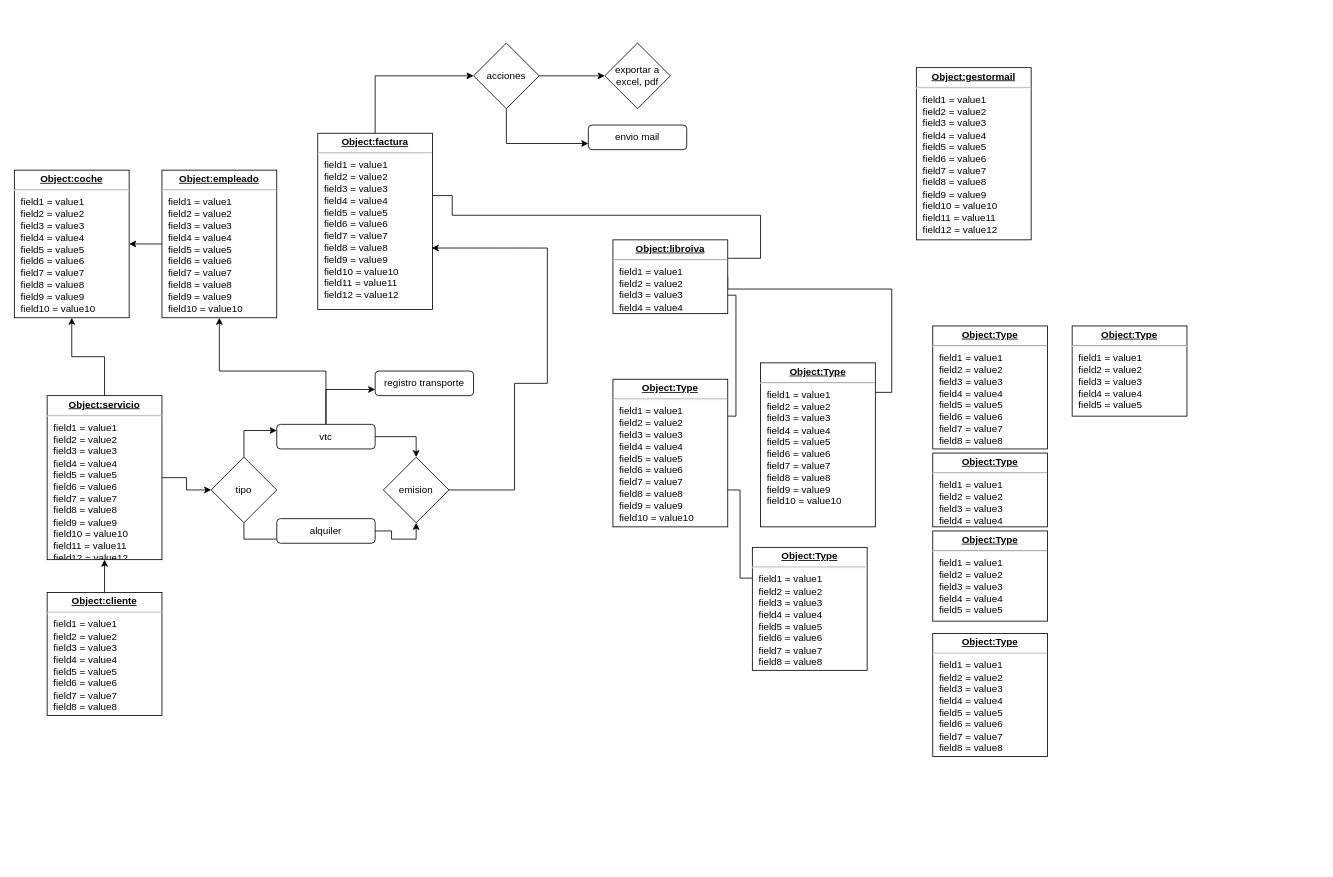
davidsolanes2/rentcar keeps this draw.io diagram as database/rentcar_uml.html(5)(1).drawio. Above is the earlier version. Source tidied: cells renumbered, new cells numbered last; positions are measured from the earlier drawing's top-left corner, leaving out a move shared by most shapes. Both pictures are drawn from the tidied source at 82%, with x=0, y=0 at pixel (14, 43).
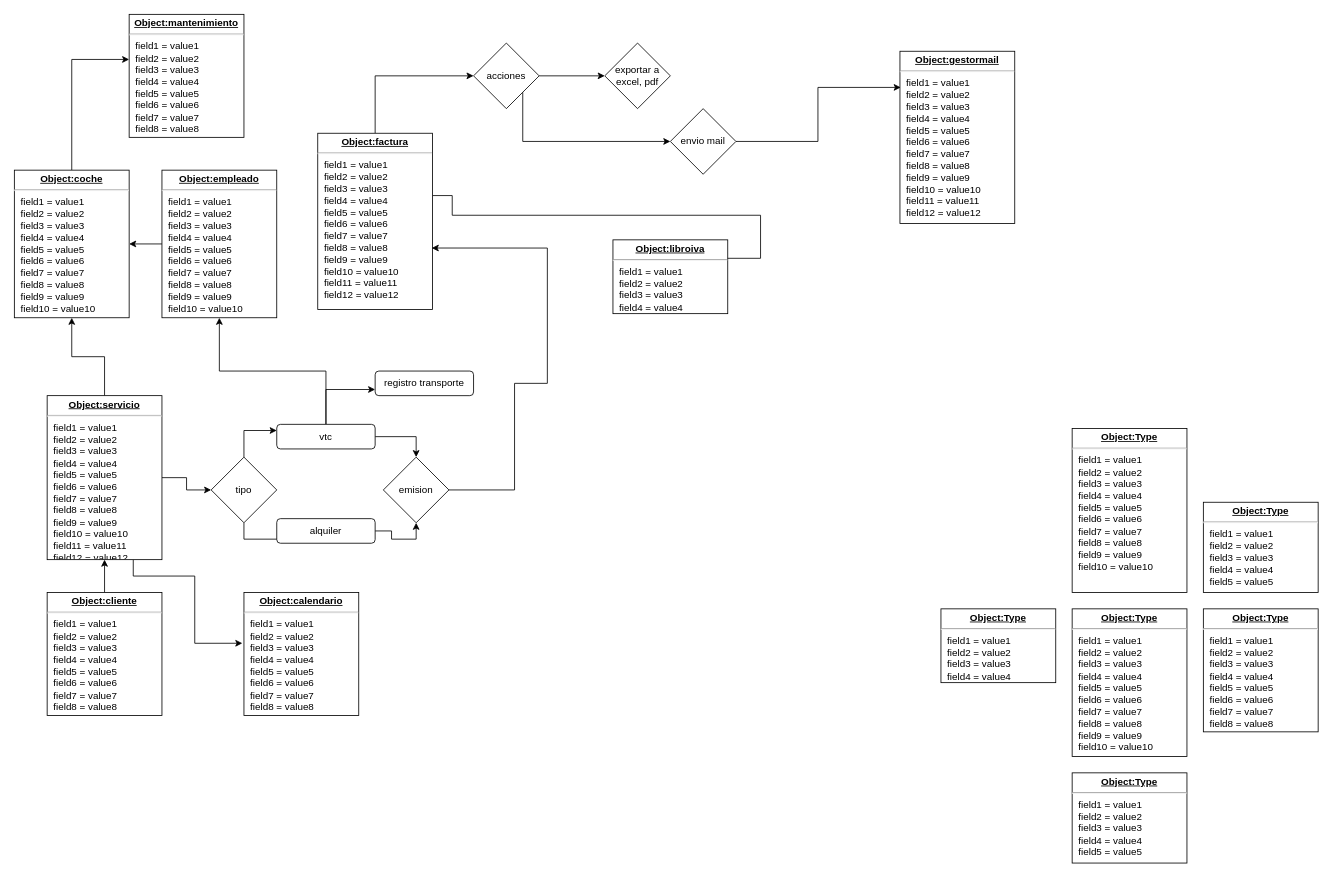
After the change.

The change refers to these unchanged cells:
```xml
<mxCell id="2" value="&lt;p style=&quot;margin: 0px ; margin-top: 4px ; text-align: center ; text-decoration: underline&quot;&gt;&lt;b&gt;Object:coche&lt;/b&gt;&lt;/p&gt;&lt;hr&gt;&lt;p style=&quot;margin: 0px ; margin-left: 8px&quot;&gt;field1 = value1&lt;br&gt;field2 = value2&lt;br&gt;field3 = value3&lt;/p&gt;&lt;p style=&quot;margin: 0px ; margin-left: 8px&quot;&gt;field4 = value4&lt;br&gt;&lt;/p&gt;&lt;p style=&quot;margin: 0px ; margin-left: 8px&quot;&gt;field5 = value5&lt;br&gt;&lt;/p&gt;&lt;p style=&quot;margin: 0px ; margin-left: 8px&quot;&gt;field6 = value6&lt;br&gt;&lt;/p&gt;&lt;p style=&quot;margin: 0px ; margin-left: 8px&quot;&gt;field7 = value7&lt;br&gt;&lt;/p&gt;&lt;p style=&quot;margin: 0px ; margin-left: 8px&quot;&gt;field8 = value8&lt;br&gt;&lt;/p&gt;&lt;p style=&quot;margin: 0px ; margin-left: 8px&quot;&gt;field9 = value9&lt;br&gt;&lt;/p&gt;&lt;p style=&quot;margin: 0px ; margin-left: 8px&quot;&gt;field10 = value10&lt;/p&gt;" style="verticalAlign=top;align=left;overflow=fill;fontSize=12;fontFamily=Helvetica;html=1;rounded=0;shadow=0;comic=0;labelBackgroundColor=none;strokeWidth=1;" parent="1" vertex="1">
  <mxGeometry y="155" width="140" height="180" as="geometry" />
</mxCell>
<mxCell id="9" value="&lt;p style=&quot;margin: 0px ; margin-top: 4px ; text-align: center ; text-decoration: underline&quot;&gt;&lt;b&gt;Object:servicio&lt;/b&gt;&lt;/p&gt;&lt;hr&gt;&lt;p style=&quot;margin: 0px ; margin-left: 8px&quot;&gt;field1 = value1&lt;br&gt;field2 = value2&lt;br&gt;field3 = value3&lt;/p&gt;&lt;p style=&quot;margin: 0px ; margin-left: 8px&quot;&gt;field4 = value4&lt;br&gt;&lt;/p&gt;&lt;p style=&quot;margin: 0px ; margin-left: 8px&quot;&gt;field5 = value5&lt;br&gt;&lt;/p&gt;&lt;p style=&quot;margin: 0px ; margin-left: 8px&quot;&gt;field6 = value6&lt;br&gt;&lt;/p&gt;&lt;p style=&quot;margin: 0px ; margin-left: 8px&quot;&gt;field7 = value7&lt;br&gt;&lt;/p&gt;&lt;p style=&quot;margin: 0px ; margin-left: 8px&quot;&gt;field8 = value8&lt;br&gt;&lt;/p&gt;&lt;p style=&quot;margin: 0px ; margin-left: 8px&quot;&gt;field9 = value9&lt;br&gt;&lt;/p&gt;&lt;p style=&quot;margin: 0px ; margin-left: 8px&quot;&gt;field10 = value10&lt;br&gt;&lt;/p&gt;&lt;p style=&quot;margin: 0px ; margin-left: 8px&quot;&gt;field11 = value11&lt;br&gt;&lt;/p&gt;&lt;p style=&quot;margin: 0px ; margin-left: 8px&quot;&gt;field12 = value12&lt;/p&gt;" style="verticalAlign=top;align=left;overflow=fill;fontSize=12;fontFamily=Helvetica;html=1;rounded=0;shadow=0;comic=0;labelBackgroundColor=none;strokeWidth=1;" parent="1" vertex="1">
  <mxGeometry x="40" y="430" width="140" height="200" as="geometry" />
</mxCell>
<mxCell id="12" value="&lt;p style=&quot;margin: 0px ; margin-top: 4px ; text-align: center ; text-decoration: underline&quot;&gt;&lt;b&gt;Object:libroiva&lt;/b&gt;&lt;/p&gt;&lt;hr&gt;&lt;p style=&quot;margin: 0px ; margin-left: 8px&quot;&gt;field1 = value1&lt;br&gt;field2 = value2&lt;br&gt;field3 = value3&lt;/p&gt;&lt;p style=&quot;margin: 0px ; margin-left: 8px&quot;&gt;field4 = value4&lt;/p&gt;" style="verticalAlign=top;align=left;overflow=fill;fontSize=12;fontFamily=Helvetica;html=1;rounded=0;shadow=0;comic=0;labelBackgroundColor=none;strokeWidth=1;" parent="1" vertex="1">
  <mxGeometry x="730" y="240" width="140" height="90" as="geometry" />
</mxCell>
<mxCell id="41" value="acciones" style="rhombus;whiteSpace=wrap;html=1;" parent="1" vertex="1">
  <mxGeometry x="560" width="80" height="80" as="geometry" />
</mxCell>
```

What changed in the source:
```diff
@@
+    <mxCell id="43" style="edgeStyle=orthogonalEdgeStyle;rounded=0;jettySize=auto;html=1;" parent="1" edge="1" source="2" target="21">
+      <mxGeometry relative="1" as="geometry">
+        <Array as="points">
+          <mxPoint x="70" y="20" />
+        </Array>
+      </mxGeometry>
+    </mxCell>
@@
+    <mxCell id="44" style="edgeStyle=orthogonalEdgeStyle;rounded=0;jettySize=auto;html=1;entryX=-0.014;entryY=0.413;entryDx=0;entryDy=0;entryPerimeter=0;exitX=0.75;exitY=1;exitDx=0;exitDy=0;" parent="1" edge="1" source="9" target="15">
+      <mxGeometry relative="1" as="geometry">
+        <Array as="points">
+          <mxPoint x="145" y="650" />
+          <mxPoint x="220" y="650" />
+          <mxPoint x="220" y="732" />
+        </Array>
+      </mxGeometry>
+    </mxCell>
@@
     <mxCell id="10" value="&lt;p style=&quot;margin: 0px ; margin-top: 4px ; text-align: center ; text-decoration: underline&quot;&gt;&lt;b&gt;Object:Type&lt;/b&gt;&lt;/p&gt;&lt;hr&gt;&lt;p style=&quot;margin: 0px ; margin-left: 8px&quot;&gt;field1 = value1&lt;br&gt;field2 = value2&lt;br&gt;field3 = value3&lt;/p&gt;&lt;p style=&quot;margin: 0px ; margin-left: 8px&quot;&gt;field4 = value4&lt;br&gt;&lt;/p&gt;&lt;p style=&quot;margin: 0px ; margin-left: 8px&quot;&gt;field5 = value5&lt;br&gt;&lt;/p&gt;&lt;p style=&quot;margin: 0px ; margin-left: 8px&quot;&gt;field6 = value6&lt;br&gt;&lt;/p&gt;&lt;p style=&quot;margin: 0px ; margin-left: 8px&quot;&gt;field7 = value7&lt;br&gt;&lt;/p&gt;&lt;p style=&quot;margin: 0px ; margin-left: 8px&quot;&gt;field8 = value8&lt;/p&gt;" style="verticalAlign=top;align=left;overflow=fill;fontSize=12;fontFamily=Helvetica;html=1;rounded=0;shadow=0;comic=0;labelBackgroundColor=none;strokeWidth=1;" parent="1" vertex="1">
-      <mxGeometry x="1120" y="345" width="140" height="150" as="geometry" />
+      <mxGeometry x="1450" y="690" width="140" height="150" as="geometry" />
     </mxCell>
-    <mxCell id="11" style="edgeStyle=orthogonalEdgeStyle;rounded=0;html=1;labelBackgroundColor=none;endArrow=none;endFill=0;endSize=8;fontFamily=Verdana;fontSize=12;align=left;exitX=1;exitY=0.5;" parent="1" edge="1" source="12" target="19">
-      <mxGeometry relative="1" as="geometry">
-        <Array as="points">
-          <mxPoint x="870" y="300" />
-          <mxPoint x="1070" y="300" />
-          <mxPoint x="1070" y="426" />
-        </Array>
-      </mxGeometry>
-    </mxCell>
@@
-    <mxCell id="13" style="edgeStyle=orthogonalEdgeStyle;rounded=0;html=1;exitX=1;exitY=0.25;entryX=1;entryY=0.75;labelBackgroundColor=none;endArrow=none;endFill=0;endSize=8;fontFamily=Verdana;fontSize=12;align=left;" parent="1" edge="1" source="14" target="12">
-      <mxGeometry relative="1" as="geometry" />
-    </mxCell>
     <mxCell id="14" value="&lt;p style=&quot;margin: 0px ; margin-top: 4px ; text-align: center ; text-decoration: underline&quot;&gt;&lt;b&gt;Object:Type&lt;/b&gt;&lt;/p&gt;&lt;hr&gt;&lt;p style=&quot;margin: 0px ; margin-left: 8px&quot;&gt;field1 = value1&lt;br&gt;field2 = value2&lt;br&gt;field3 = value3&lt;/p&gt;&lt;p style=&quot;margin: 0px ; margin-left: 8px&quot;&gt;field4 = value4&lt;br&gt;&lt;/p&gt;&lt;p style=&quot;margin: 0px ; margin-left: 8px&quot;&gt;field5 = value5&lt;br&gt;&lt;/p&gt;&lt;p style=&quot;margin: 0px ; margin-left: 8px&quot;&gt;field6 = value6&lt;br&gt;&lt;/p&gt;&lt;p style=&quot;margin: 0px ; margin-left: 8px&quot;&gt;field7 = value7&lt;br&gt;&lt;/p&gt;&lt;p style=&quot;margin: 0px ; margin-left: 8px&quot;&gt;field8 = value8&lt;br&gt;&lt;/p&gt;&lt;p style=&quot;margin: 0px ; margin-left: 8px&quot;&gt;field9 = value9&lt;br&gt;&lt;/p&gt;&lt;p style=&quot;margin: 0px ; margin-left: 8px&quot;&gt;field10 = value10&lt;/p&gt;" style="verticalAlign=top;align=left;overflow=fill;fontSize=12;fontFamily=Helvetica;html=1;rounded=0;shadow=0;comic=0;labelBackgroundColor=none;strokeWidth=1;" parent="1" vertex="1">
-      <mxGeometry x="730" y="410" width="140" height="180" as="geometry" />
+      <mxGeometry x="1290" y="690" width="140" height="180" as="geometry" />
     </mxCell>
-    <mxCell id="15" value="&lt;p style=&quot;margin: 0px ; margin-top: 4px ; text-align: center ; text-decoration: underline&quot;&gt;&lt;b&gt;Object:Type&lt;/b&gt;&lt;/p&gt;&lt;hr&gt;&lt;p style=&quot;margin: 0px ; margin-left: 8px&quot;&gt;field1 = value1&lt;br&gt;field2 = value2&lt;br&gt;field3 = value3&lt;/p&gt;&lt;p style=&quot;margin: 0px ; margin-left: 8px&quot;&gt;field4 = value4&lt;br&gt;&lt;/p&gt;&lt;p style=&quot;margin: 0px ; margin-left: 8px&quot;&gt;field5 = value5&lt;br&gt;&lt;/p&gt;&lt;p style=&quot;margin: 0px ; margin-left: 8px&quot;&gt;field6 = value6&lt;br&gt;&lt;/p&gt;&lt;p style=&quot;margin: 0px ; margin-left: 8px&quot;&gt;field7 = value7&lt;br&gt;&lt;/p&gt;&lt;p style=&quot;margin: 0px ; margin-left: 8px&quot;&gt;field8 = value8&lt;/p&gt;" style="verticalAlign=top;align=left;overflow=fill;fontSize=12;fontFamily=Helvetica;html=1;rounded=0;shadow=0;comic=0;labelBackgroundColor=none;strokeWidth=1;" parent="1" vertex="1">
-      <mxGeometry x="1120" y="720" width="140" height="150" as="geometry" />
+    <mxCell id="15" value="&lt;p style=&quot;margin: 0px ; margin-top: 4px ; text-align: center ; text-decoration: underline&quot;&gt;&lt;b&gt;Object:calendario&lt;/b&gt;&lt;/p&gt;&lt;hr&gt;&lt;p style=&quot;margin: 0px ; margin-left: 8px&quot;&gt;field1 = value1&lt;br&gt;field2 = value2&lt;br&gt;field3 = value3&lt;/p&gt;&lt;p style=&quot;margin: 0px ; margin-left: 8px&quot;&gt;field4 = value4&lt;br&gt;&lt;/p&gt;&lt;p style=&quot;margin: 0px ; margin-left: 8px&quot;&gt;field5 = value5&lt;br&gt;&lt;/p&gt;&lt;p style=&quot;margin: 0px ; margin-left: 8px&quot;&gt;field6 = value6&lt;br&gt;&lt;/p&gt;&lt;p style=&quot;margin: 0px ; margin-left: 8px&quot;&gt;field7 = value7&lt;br&gt;&lt;/p&gt;&lt;p style=&quot;margin: 0px ; margin-left: 8px&quot;&gt;field8 = value8&lt;/p&gt;" style="verticalAlign=top;align=left;overflow=fill;fontSize=12;fontFamily=Helvetica;html=1;rounded=0;shadow=0;comic=0;labelBackgroundColor=none;strokeWidth=1;" parent="1" vertex="1">
+      <mxGeometry x="280" y="670" width="140" height="150" as="geometry" />
     </mxCell>
@@
     <mxCell id="19" value="&lt;p style=&quot;margin: 0px ; margin-top: 4px ; text-align: center ; text-decoration: underline&quot;&gt;&lt;b&gt;Object:Type&lt;/b&gt;&lt;/p&gt;&lt;hr&gt;&lt;p style=&quot;margin: 0px ; margin-left: 8px&quot;&gt;field1 = value1&lt;br&gt;field2 = value2&lt;br&gt;field3 = value3&lt;/p&gt;&lt;p style=&quot;margin: 0px ; margin-left: 8px&quot;&gt;field4 = value4&lt;br&gt;&lt;/p&gt;&lt;p style=&quot;margin: 0px ; margin-left: 8px&quot;&gt;field5 = value5&lt;br&gt;&lt;/p&gt;&lt;p style=&quot;margin: 0px ; margin-left: 8px&quot;&gt;field6 = value6&lt;br&gt;&lt;/p&gt;&lt;p style=&quot;margin: 0px ; margin-left: 8px&quot;&gt;field7 = value7&lt;br&gt;&lt;/p&gt;&lt;p style=&quot;margin: 0px ; margin-left: 8px&quot;&gt;field8 = value8&lt;br&gt;&lt;/p&gt;&lt;p style=&quot;margin: 0px ; margin-left: 8px&quot;&gt;field9 = value9&lt;br&gt;&lt;/p&gt;&lt;p style=&quot;margin: 0px ; margin-left: 8px&quot;&gt;field10 = value10&lt;/p&gt;" style="verticalAlign=top;align=left;overflow=fill;fontSize=12;fontFamily=Helvetica;html=1;rounded=0;shadow=0;comic=0;labelBackgroundColor=none;strokeWidth=1;" parent="1" vertex="1">
-      <mxGeometry x="910" y="390" width="140" height="200" as="geometry" />
+      <mxGeometry x="1290" y="470" width="140" height="200" as="geometry" />
     </mxCell>
-    <mxCell id="20" style="edgeStyle=orthogonalEdgeStyle;rounded=0;html=1;exitX=0;exitY=0.25;entryX=1;entryY=0.75;labelBackgroundColor=none;endArrow=none;endFill=0;endSize=8;fontFamily=Verdana;fontSize=12;align=left;" parent="1" edge="1" source="21" target="14">
-      <mxGeometry relative="1" as="geometry" />
-    </mxCell>
-    <mxCell id="21" value="&lt;p style=&quot;margin: 0px ; margin-top: 4px ; text-align: center ; text-decoration: underline&quot;&gt;&lt;b&gt;Object:Type&lt;/b&gt;&lt;/p&gt;&lt;hr&gt;&lt;p style=&quot;margin: 0px ; margin-left: 8px&quot;&gt;field1 = value1&lt;br&gt;field2 = value2&lt;br&gt;field3 = value3&lt;/p&gt;&lt;p style=&quot;margin: 0px ; margin-left: 8px&quot;&gt;field4 = value4&lt;br&gt;&lt;/p&gt;&lt;p style=&quot;margin: 0px ; margin-left: 8px&quot;&gt;field5 = value5&lt;br&gt;&lt;/p&gt;&lt;p style=&quot;margin: 0px ; margin-left: 8px&quot;&gt;field6 = value6&lt;br&gt;&lt;/p&gt;&lt;p style=&quot;margin: 0px ; margin-left: 8px&quot;&gt;field7 = value7&lt;br&gt;&lt;/p&gt;&lt;p style=&quot;margin: 0px ; margin-left: 8px&quot;&gt;field8 = value8&lt;/p&gt;" style="verticalAlign=top;align=left;overflow=fill;fontSize=12;fontFamily=Helvetica;html=1;rounded=0;shadow=0;comic=0;labelBackgroundColor=none;strokeWidth=1;" parent="1" vertex="1">
-      <mxGeometry x="900" y="615" width="140" height="150" as="geometry" />
+    <mxCell id="21" value="&lt;p style=&quot;margin: 0px ; margin-top: 4px ; text-align: center ; text-decoration: underline&quot;&gt;&lt;b&gt;Object:mantenimiento&lt;/b&gt;&lt;/p&gt;&lt;hr&gt;&lt;p style=&quot;margin: 0px ; margin-left: 8px&quot;&gt;field1 = value1&lt;br&gt;field2 = value2&lt;br&gt;field3 = value3&lt;/p&gt;&lt;p style=&quot;margin: 0px ; margin-left: 8px&quot;&gt;field4 = value4&lt;br&gt;&lt;/p&gt;&lt;p style=&quot;margin: 0px ; margin-left: 8px&quot;&gt;field5 = value5&lt;br&gt;&lt;/p&gt;&lt;p style=&quot;margin: 0px ; margin-left: 8px&quot;&gt;field6 = value6&lt;br&gt;&lt;/p&gt;&lt;p style=&quot;margin: 0px ; margin-left: 8px&quot;&gt;field7 = value7&lt;br&gt;&lt;/p&gt;&lt;p style=&quot;margin: 0px ; margin-left: 8px&quot;&gt;field8 = value8&lt;/p&gt;" style="verticalAlign=top;align=left;overflow=fill;fontSize=12;fontFamily=Helvetica;html=1;rounded=0;shadow=0;comic=0;labelBackgroundColor=none;strokeWidth=1;" parent="1" vertex="1">
+      <mxGeometry x="140" y="-35" width="140" height="150" as="geometry" />
     </mxCell>
     <mxCell id="22" value="&lt;p style=&quot;margin: 0px ; margin-top: 4px ; text-align: center ; text-decoration: underline&quot;&gt;&lt;b&gt;Object:Type&lt;/b&gt;&lt;/p&gt;&lt;hr&gt;&lt;p style=&quot;margin: 0px ; margin-left: 8px&quot;&gt;field1 = value1&lt;br&gt;field2 = value2&lt;br&gt;field3 = value3&lt;/p&gt;&lt;p style=&quot;margin: 0px ; margin-left: 8px&quot;&gt;field4 = value4&lt;br&gt;&lt;/p&gt;&lt;p style=&quot;margin: 0px ; margin-left: 8px&quot;&gt;field5 = value5&lt;/p&gt;" style="verticalAlign=top;align=left;overflow=fill;fontSize=12;fontFamily=Helvetica;html=1;rounded=0;shadow=0;comic=0;labelBackgroundColor=none;strokeWidth=1;" parent="1" vertex="1">
-      <mxGeometry x="1120" y="595" width="140" height="110" as="geometry" />
+      <mxGeometry x="1290" y="890" width="140" height="110" as="geometry" />
     </mxCell>
     <mxCell id="23" value="&lt;p style=&quot;margin: 0px ; margin-top: 4px ; text-align: center ; text-decoration: underline&quot;&gt;&lt;b&gt;Object:Type&lt;/b&gt;&lt;/p&gt;&lt;hr&gt;&lt;p style=&quot;margin: 0px ; margin-left: 8px&quot;&gt;field1 = value1&lt;br&gt;field2 = value2&lt;br&gt;field3 = value3&lt;/p&gt;&lt;p style=&quot;margin: 0px ; margin-left: 8px&quot;&gt;field4 = value4&lt;/p&gt;" style="verticalAlign=top;align=left;overflow=fill;fontSize=12;fontFamily=Helvetica;html=1;rounded=0;shadow=0;comic=0;labelBackgroundColor=none;strokeWidth=1;" parent="1" vertex="1">
-      <mxGeometry x="1120" y="500" width="140" height="90" as="geometry" />
+      <mxGeometry x="1130" y="690" width="140" height="90" as="geometry" />
     </mxCell>
     <mxCell id="24" value="&lt;p style=&quot;margin: 0px ; margin-top: 4px ; text-align: center ; text-decoration: underline&quot;&gt;&lt;b&gt;Object:Type&lt;/b&gt;&lt;/p&gt;&lt;hr&gt;&lt;p style=&quot;margin: 0px ; margin-left: 8px&quot;&gt;field1 = value1&lt;br&gt;field2 = value2&lt;br&gt;field3 = value3&lt;/p&gt;&lt;p style=&quot;margin: 0px ; margin-left: 8px&quot;&gt;field4 = value4&lt;br&gt;&lt;/p&gt;&lt;p style=&quot;margin: 0px ; margin-left: 8px&quot;&gt;field5 = value5&lt;/p&gt;" style="verticalAlign=top;align=left;overflow=fill;fontSize=12;fontFamily=Helvetica;html=1;rounded=0;shadow=0;comic=0;labelBackgroundColor=none;strokeWidth=1;" parent="1" vertex="1">
-      <mxGeometry x="1290" y="345" width="140" height="110" as="geometry" />
+      <mxGeometry x="1450" y="560" width="140" height="110" as="geometry" />
     </mxCell>
     <mxCell id="25" value="&lt;p style=&quot;margin: 0px ; margin-top: 4px ; text-align: center ; text-decoration: underline&quot;&gt;&lt;b&gt;Object:gestormail&lt;/b&gt;&lt;/p&gt;&lt;hr&gt;&lt;p style=&quot;margin: 0px ; margin-left: 8px&quot;&gt;field1 = value1&lt;br&gt;field2 = value2&lt;br&gt;field3 = value3&lt;/p&gt;&lt;p style=&quot;margin: 0px ; margin-left: 8px&quot;&gt;field4 = value4&lt;br&gt;&lt;/p&gt;&lt;p style=&quot;margin: 0px ; margin-left: 8px&quot;&gt;field5 = value5&lt;br&gt;&lt;/p&gt;&lt;p style=&quot;margin: 0px ; margin-left: 8px&quot;&gt;field6 = value6&lt;br&gt;&lt;/p&gt;&lt;p style=&quot;margin: 0px ; margin-left: 8px&quot;&gt;field7 = value7&lt;br&gt;&lt;/p&gt;&lt;p style=&quot;margin: 0px ; margin-left: 8px&quot;&gt;field8 = value8&lt;br&gt;&lt;/p&gt;&lt;p style=&quot;margin: 0px ; margin-left: 8px&quot;&gt;field9 = value9&lt;br&gt;&lt;/p&gt;&lt;p style=&quot;margin: 0px ; margin-left: 8px&quot;&gt;field10 = value10&lt;br&gt;&lt;/p&gt;&lt;p style=&quot;margin: 0px ; margin-left: 8px&quot;&gt;field11 = value11&lt;br&gt;&lt;/p&gt;&lt;p style=&quot;margin: 0px ; margin-left: 8px&quot;&gt;field12 = value12&lt;/p&gt;" style="verticalAlign=top;align=left;overflow=fill;fontSize=12;fontFamily=Helvetica;html=1;rounded=0;shadow=0;comic=0;labelBackgroundColor=none;strokeWidth=1;" parent="1" vertex="1">
-      <mxGeometry x="1100" y="30" width="140" height="210" as="geometry" />
+      <mxGeometry x="1080" y="10" width="140" height="210" as="geometry" />
     </mxCell>
@@
-    <mxCell id="27" value="envio mail" style="rounded=1;whiteSpace=wrap;html=1;" parent="1" vertex="1">
-      <mxGeometry x="700" y="100" width="120" height="30" as="geometry" />
-    </mxCell>
@@
-    <mxCell id="40" style="edgeStyle=orthogonalEdgeStyle;rounded=0;jettySize=auto;html=1;entryX=0;entryY=0.75;entryDx=0;entryDy=0;" parent="1" edge="1" source="41" target="27">
+    <mxCell id="40" style="edgeStyle=orthogonalEdgeStyle;rounded=0;jettySize=auto;html=1;entryX=0;entryY=0.5;entryDx=0;entryDy=0;" parent="1" edge="1" source="41" target="27">
       <mxGeometry relative="1" as="geometry">
         <Array as="points">
-          <mxPoint x="600" y="123" />
+          <mxPoint x="620" y="120" />
         </Array>
       </mxGeometry>
     </mxCell>
@@
+    <mxCell id="45" style="edgeStyle=orthogonalEdgeStyle;rounded=0;jettySize=auto;html=1;entryX=0.007;entryY=0.21;entryDx=0;entryDy=0;entryPerimeter=0;" parent="1" edge="1" source="27" target="25">
+      <mxGeometry relative="1" as="geometry" />
+    </mxCell>
+    <mxCell id="27" value="envio mail" style="rhombus;whiteSpace=wrap;html=1;" parent="1" vertex="1">
+      <mxGeometry x="800" y="80" width="80" height="80" as="geometry" />
+    </mxCell>
```
